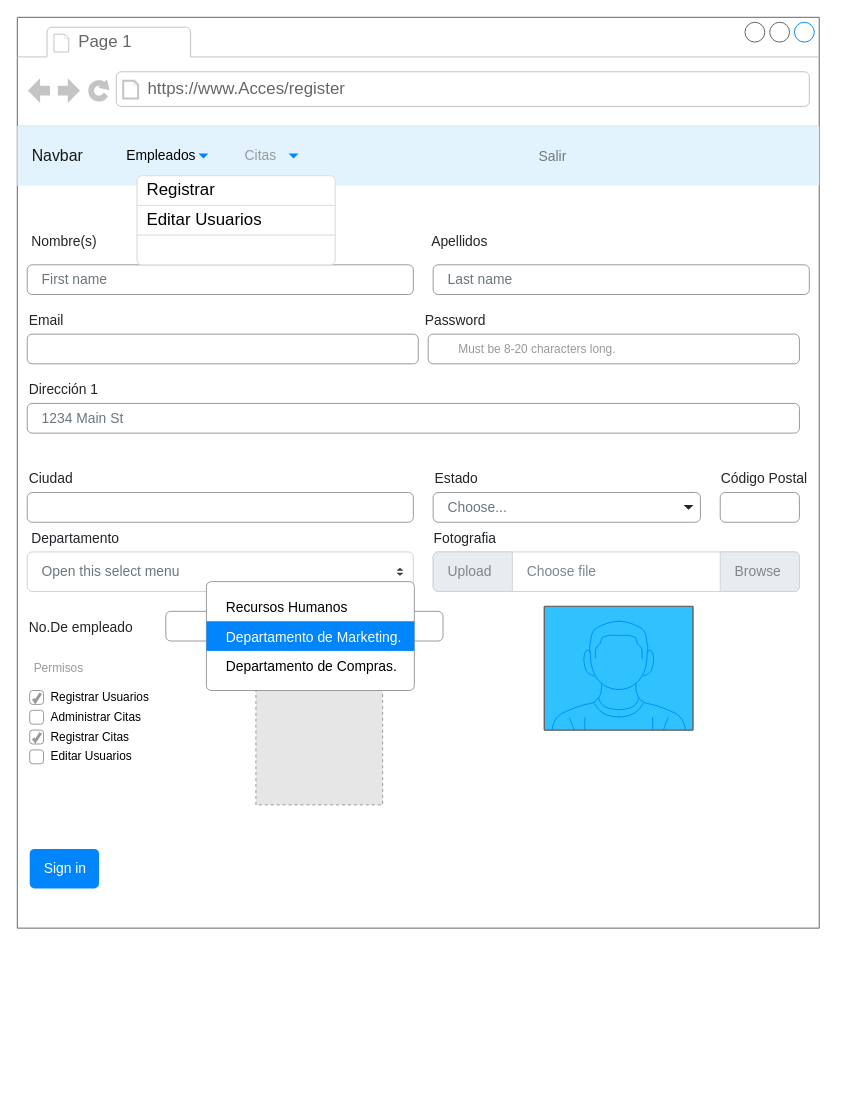
Above: page "Register" (3 of 9) of Untitled Diagram.drawio in GwenBZ/AccesoEmpresa (draw.io), before the change. Source tidied: cells renumbered, new cells numbered last; positions are measured from the earlier drawing's top-left corner, leaving out a move shared by most shapes. Both pictures are drawn from the tidied source at 99%, with x=0, y=0 at pixel (17, 17). Pictures stored in the file or linked from it are replaced by grey dashed boxes.
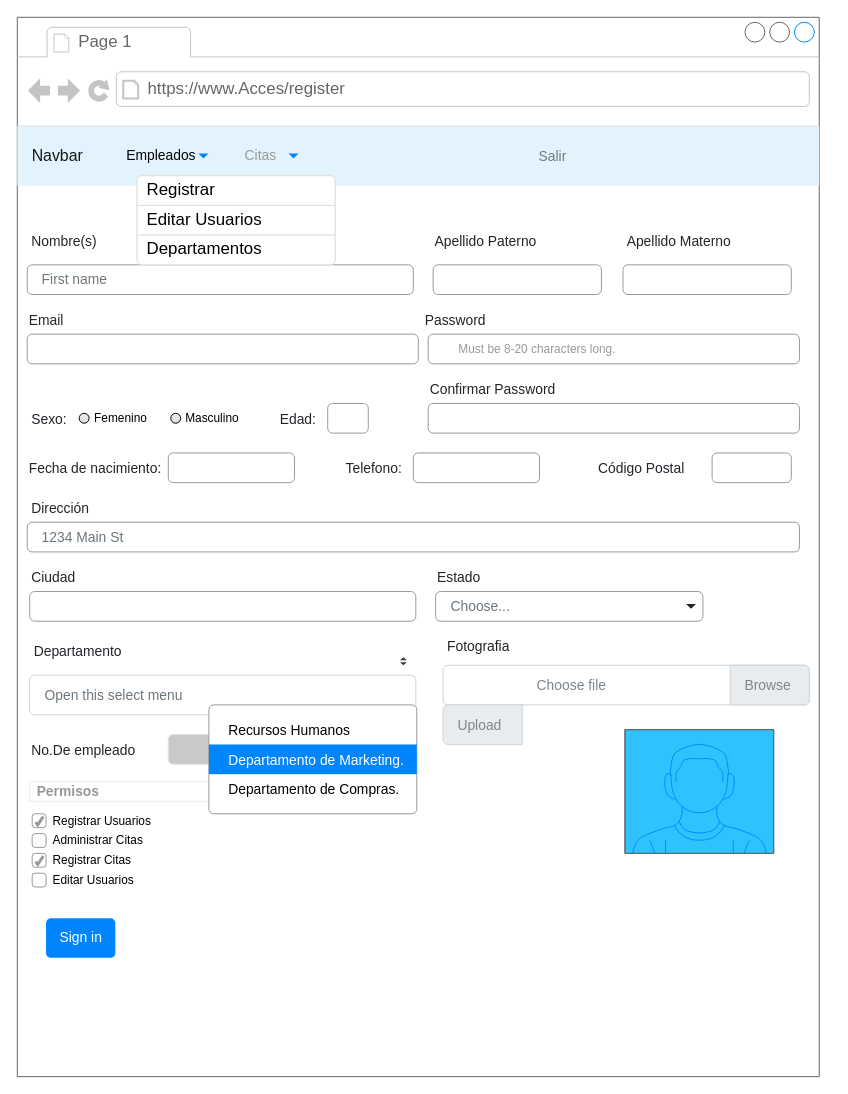
Above is the later version.

The change refers to these unchanged cells:
```xml
<mxCell id="51" style="html=1;shadow=0;dashed=0;shape=mxgraph.bootstrap.rrect;rSize=5;strokeColor=#DFDFDF;html=1;whiteSpace=wrap;fillColor=#FFFFFF;fontColor=#000000;fontSize=17;" parent="2" vertex="1">
  <mxGeometry x="121" y="160" width="200" height="90" as="geometry" />
</mxCell>
```

The edit, as a diff of the source:
```diff
@@
     <mxCell id="2" style="strokeWidth=1;shadow=0;dashed=0;align=center;html=1;shape=mxgraph.mockup.containers.browserWindow;rSize=0;strokeColor=#666666;strokeColor2=#008cff;strokeColor3=#c4c4c4;mainText=,;" parent="1" vertex="1">
-      <mxGeometry width="810" height="920" as="geometry" />
+      <mxGeometry width="810" height="1070" as="geometry" />
     </mxCell>
@@
-    <mxCell id="15" value="Dirección 1" style="fillColor=none;strokeColor=none;align=left;fontSize=14;fontColor=#212529;" parent="2" vertex="1">
-      <mxGeometry x="10" y="360" width="390" height="30" as="geometry" />
+    <mxCell id="15" value="Dirección" style="fillColor=none;strokeColor=none;align=left;fontSize=14;fontColor=#212529;" parent="2" vertex="1">
+      <mxGeometry x="12.5" y="480" width="130" height="30" as="geometry" />
     </mxCell>
     <mxCell id="16" value="1234 Main St" style="html=1;shadow=0;dashed=0;shape=mxgraph.bootstrap.rrect;rSize=5;fillColor=none;strokeColor=#999999;align=left;spacing=15;fontSize=14;fontColor=#6C767D;" parent="2" vertex="1">
-      <mxGeometry x="10" y="390" width="780" height="30" as="geometry" />
+      <mxGeometry x="10" y="510" width="780" height="30" as="geometry" />
     </mxCell>
     <mxCell id="17" value="Ciudad" style="fillColor=none;strokeColor=none;align=left;fontSize=14;fontColor=#212529;" parent="2" vertex="1">
-      <mxGeometry x="10" y="450" width="390" height="30" as="geometry" />
+      <mxGeometry x="12.5" y="550" width="390" height="30" as="geometry" />
     </mxCell>
     <mxCell id="18" style="html=1;shadow=0;dashed=0;shape=mxgraph.bootstrap.rrect;rSize=5;fillColor=none;strokeColor=#999999;align=left;spacing=15;fontSize=14;fontColor=#6C767D;" parent="2" vertex="1">
-      <mxGeometry x="10" y="480" width="390" height="30" as="geometry" />
+      <mxGeometry x="12.5" y="580" width="390" height="30" as="geometry" />
     </mxCell>
     <mxCell id="19" value="Estado" style="fillColor=none;strokeColor=none;align=left;fontSize=14;fontColor=#212529;" parent="2" vertex="1">
-      <mxGeometry x="420" y="450" width="220" height="30" as="geometry" />
+      <mxGeometry x="422.5" y="550" width="220" height="30" as="geometry" />
     </mxCell>
     <mxCell id="20" value="Choose..." style="html=1;shadow=0;dashed=0;shape=mxgraph.bootstrap.rrect;rSize=5;fillColor=none;strokeColor=#999999;align=left;spacing=15;fontSize=14;fontColor=#6C767D;" parent="2" vertex="1">
-      <mxGeometry x="420" y="480" width="270" height="30" as="geometry" />
+      <mxGeometry x="422.5" y="580" width="270" height="30" as="geometry" />
     </mxCell>
@@
     <mxCell id="22" value="Código Postal" style="fillColor=none;strokeColor=none;align=left;fontSize=14;fontColor=#212529;" parent="2" vertex="1">
-      <mxGeometry x="709" y="450" width="100" height="30" as="geometry" />
+      <mxGeometry x="585" y="440" width="100" height="30" as="geometry" />
     </mxCell>
     <mxCell id="23" style="html=1;shadow=0;dashed=0;shape=mxgraph.bootstrap.rrect;rSize=5;fillColor=none;strokeColor=#999999;align=left;spacing=15;fontSize=14;fontColor=#6C767D;" parent="2" vertex="1">
-      <mxGeometry x="710" y="480" width="80" height="30" as="geometry" />
+      <mxGeometry x="701.8" y="440" width="80" height="30" as="geometry" />
     </mxCell>
     <mxCell id="24" value="Sign in" style="html=1;shadow=0;dashed=0;shape=mxgraph.bootstrap.rrect;rSize=5;fillColor=#0085FC;strokeColor=none;align=center;fontSize=14;fontColor=#FFFFFF;" parent="2" vertex="1">
-      <mxGeometry x="12.5" y="840" width="70" height="40" as="geometry" />
+      <mxGeometry x="29" y="910" width="70" height="40" as="geometry" />
     </mxCell>
@@
-    <mxCell id="26" value="Last name" style="html=1;shadow=0;dashed=0;shape=mxgraph.bootstrap.rrect;rSize=5;fillColor=none;strokeColor=#999999;align=left;spacing=15;fontSize=14;fontColor=#6C767D;" parent="2" vertex="1">
-      <mxGeometry x="420" y="250" width="380" height="30" as="geometry" />
+    <mxCell id="26" style="html=1;shadow=0;dashed=0;shape=mxgraph.bootstrap.rrect;rSize=5;fillColor=none;strokeColor=#999999;align=left;spacing=15;fontSize=14;fontColor=#6C767D;" parent="2" vertex="1">
+      <mxGeometry x="420" y="250" width="170" height="30" as="geometry" />
     </mxCell>
@@
     <mxCell id="28" value="Open this select menu" style="html=1;shadow=0;dashed=0;shape=mxgraph.bootstrap.rrect;rSize=5;fillColor=#ffffff;strokeColor=#CED4DA;align=left;spacing=15;fontSize=14;fontColor=#6C767D;" parent="2" vertex="1">
-      <mxGeometry x="10" y="540" width="390" height="40" as="geometry" />
+      <mxGeometry x="12.5" y="664.5" width="390" height="40" as="geometry" />
     </mxCell>
     <mxCell id="29" style="shape=triangle;direction=south;fillColor=#343A40;strokeColor=none;perimeter=none;" parent="28" vertex="1">
       <mxGeometry x="1" y="0.5" width="7" height="3" relative="1" as="geometry">
-        <mxPoint x="-17" y="1" as="offset" />
+        <mxPoint x="-16" y="-33" as="offset" />
       </mxGeometry>
     </mxCell>
     <mxCell id="30" style="shape=triangle;direction=north;fillColor=#343A40;strokeColor=none;perimeter=none;" parent="28" vertex="1">
       <mxGeometry x="1" y="0.5" width="7" height="3" relative="1" as="geometry">
-        <mxPoint x="-17" y="-4" as="offset" />
+        <mxPoint x="-16" y="-38" as="offset" />
       </mxGeometry>
     </mxCell>
     <mxCell id="31" value="Departamento" style="fillColor=none;strokeColor=none;align=left;fontSize=14;fontColor=#212529;" parent="2" vertex="1">
-      <mxGeometry x="12.5" y="510" width="390" height="30" as="geometry" />
+      <mxGeometry x="15" y="624.5" width="390" height="30" as="geometry" />
     </mxCell>
     <mxCell id="32" value="Choose file" style="html=1;shadow=0;dashed=0;shape=mxgraph.bootstrap.rrect;rSize=5;strokeColor=#CED4DA;html=1;whiteSpace=wrap;fillColor=#FFFFFF;fontColor=#7D868C;align=left;spacing=15;spacingLeft=80;fontSize=14;" parent="2" vertex="1">
-      <mxGeometry x="420" y="540" width="370" height="40" as="geometry" />
+      <mxGeometry x="430" y="654.5" width="370" height="40" as="geometry" />
     </mxCell>
     <mxCell id="33" value="Upload" style="html=1;shadow=0;dashed=0;shape=mxgraph.bootstrap.leftButton;strokeColor=#CED4DA;gradientColor=inherit;fontColor=inherit;fillColor=#E9ECEF;rSize=5;perimeter=none;whiteSpace=wrap;fontSize=14;align=left;spacing=15;" parent="32" vertex="1">
-      <mxGeometry width="80" height="40" relative="1" as="geometry" />
+      <mxGeometry width="80" height="40" relative="1" as="geometry">
+        <mxPoint y="40" as="offset" />
+      </mxGeometry>
     </mxCell>
@@
     <mxCell id="35" style="verticalLabelPosition=bottom;shadow=0;dashed=0;align=center;html=1;verticalAlign=top;strokeWidth=1;shape=mxgraph.mockup.containers.userMale;strokeColor=#666666;strokeColor2=#008cff;fillColor=#30C1FF;" parent="2" vertex="1">
-      <mxGeometry x="532.5" y="595" width="150" height="125" as="geometry" />
+      <mxGeometry x="614" y="719.5" width="150" height="125" as="geometry" />
     </mxCell>
     <mxCell id="36" value="Fotografia" style="fillColor=none;strokeColor=none;align=left;fontSize=14;fontColor=#212529;" parent="2" vertex="1">
-      <mxGeometry x="419" y="510" width="390" height="30" as="geometry" />
+      <mxGeometry x="432.5" y="620" width="390" height="30" as="geometry" />
     </mxCell>
     <mxCell id="37" value="No.De empleado" style="fillColor=none;strokeColor=none;align=left;fontSize=14;fontColor=#212529;" parent="2" vertex="1">
-      <mxGeometry x="10" y="600" width="200" height="30" as="geometry" />
+      <mxGeometry x="12.5" y="724.5" width="200" height="30" as="geometry" />
     </mxCell>
-    <mxCell id="38" style="html=1;shadow=0;dashed=0;shape=mxgraph.bootstrap.rrect;rSize=5;fillColor=none;strokeColor=#999999;align=left;spacing=15;fontSize=14;fontColor=#6C767D;" parent="2" vertex="1">
-      <mxGeometry x="150" y="600" width="280" height="30" as="geometry" />
+    <mxCell id="38" style="html=1;shadow=0;dashed=0;shape=mxgraph.bootstrap.rrect;rSize=5;fillColor=#C9C9C9;strokeColor=#E0E0E0;align=left;spacing=15;fontSize=14;fontColor=#6C767D;" parent="2" vertex="1">
+      <mxGeometry x="152.5" y="724.5" width="247.5" height="30" as="geometry" />
     </mxCell>
-    <mxCell id="39" value="Permisos" style="html=1;shadow=0;dashed=0;shape=mxgraph.bootstrap.rect;strokeColor=none;fillColor=none;fontColor=#999999;align=left;spacingLeft=5;whiteSpace=wrap;rounded=0;" parent="2" vertex="1">
-      <mxGeometry x="10" y="647.5" width="200" height="20" as="geometry" />
+    <mxCell id="39" value="&lt;font style=&quot;font-size: 14px;&quot;&gt;&lt;b&gt;Permisos&lt;/b&gt;&lt;/font&gt;" style="html=1;shadow=0;dashed=0;shape=mxgraph.bootstrap.rect;strokeColor=#EBEBEB;fillColor=none;fontColor=#999999;align=left;spacingLeft=5;whiteSpace=wrap;rounded=0;" parent="2" vertex="1">
+      <mxGeometry x="12.5" y="772" width="200" height="20" as="geometry" />
     </mxCell>
     <mxCell id="40" value="Registrar Usuarios" style="html=1;shadow=0;dashed=0;shape=mxgraph.bootstrap.checkbox;fontSize=12;strokeColor=#999999;align=left;labelPosition=right;spacingLeft=5;rounded=0;" parent="2" vertex="1">
-      <mxGeometry x="12.5" y="680" width="14" height="14" as="geometry" />
+      <mxGeometry x="15" y="804.5" width="14" height="14" as="geometry" />
     </mxCell>
     <mxCell id="41" value="Administrar Citas " style="html=1;shadow=0;dashed=0;shape=mxgraph.bootstrap.rrect;fontSize=12;rSize=3;strokeColor=#999999;align=left;labelPosition=right;spacingLeft=5;rounded=0;" parent="2" vertex="1">
-      <mxGeometry x="12.5" y="700" width="14" height="14" as="geometry" />
+      <mxGeometry x="15" y="824.5" width="14" height="14" as="geometry" />
     </mxCell>
     <mxCell id="42" value="Registrar Citas" style="html=1;shadow=0;dashed=0;shape=mxgraph.bootstrap.checkbox;fontSize=12;strokeColor=#999999;align=left;labelPosition=right;spacingLeft=5;rounded=0;" parent="2" vertex="1">
-      <mxGeometry x="12.5" y="720" width="14" height="14" as="geometry" />
+      <mxGeometry x="15" y="844.5" width="14" height="14" as="geometry" />
     </mxCell>
     <mxCell id="43" value="Editar Usuarios" style="html=1;shadow=0;dashed=0;shape=mxgraph.bootstrap.rrect;fontSize=12;rSize=3;strokeColor=#999999;align=left;labelPosition=right;spacingLeft=5;rounded=0;" parent="2" vertex="1">
-      <mxGeometry x="12.5" y="740" width="14" height="14" as="geometry" />
+      <mxGeometry x="15" y="864.5" width="14" height="14" as="geometry" />
     </mxCell>
-    <mxCell id="44" style="fillColor=#E6E6E6;strokeColor=#999999;dashed=1;html=1;verticalAlign=top;verticalLabelPosition=bottom;labelBackgroundColor=#ffffff;fontSize=10;fontColor=#000000;" parent="2" vertex="1">
-      <mxGeometry x="241" y="667.5" width="128" height="128" as="geometry" />
-    </mxCell>
@@
-    <mxCell id="46" value="Apellidos" style="fillColor=none;strokeColor=none;align=left;fontSize=14;fontColor=#212529;" parent="2" vertex="1">
-      <mxGeometry x="416.5" y="210" width="197.5" height="30" as="geometry" />
+    <mxCell id="46" value="Apellido Paterno" style="fillColor=none;strokeColor=none;align=left;fontSize=14;fontColor=#212529;" parent="2" vertex="1">
+      <mxGeometry x="420" y="210" width="113.5" height="30" as="geometry" />
     </mxCell>
     <mxCell id="47" style="html=1;shadow=0;dashed=0;shape=mxgraph.bootstrap.rrect;rSize=5;fillColor=#ffffff;strokeColor=#999999;" parent="2" vertex="1">
-      <mxGeometry x="191" y="570" width="210" height="110" as="geometry" />
+      <mxGeometry x="193.5" y="694.5" width="210" height="110" as="geometry" />
     </mxCell>
@@
-    <mxCell id="54" style="strokeColor=inherit;fillColor=inherit;gradientColor=inherit;fontColor=inherit;html=1;shadow=0;dashed=0;shape=mxgraph.bootstrap.bottomButton;rSize=5;perimeter=none;whiteSpace=wrap;align=left;spacing=10;fontSize=17;" parent="51" vertex="1">
+    <mxCell id="54" value="Departamentos" style="strokeColor=inherit;fillColor=inherit;gradientColor=inherit;fontColor=inherit;html=1;shadow=0;dashed=0;shape=mxgraph.bootstrap.bottomButton;rSize=5;perimeter=none;whiteSpace=wrap;align=left;spacing=10;fontSize=17;" parent="51" vertex="1">
       <mxGeometry y="1" width="200" height="30" relative="1" as="geometry">
         <mxPoint y="-30" as="offset" />
       </mxGeometry>
     </mxCell>
+    <mxCell id="55" value="Apellido Materno" style="fillColor=none;strokeColor=none;align=left;fontSize=14;fontColor=#212529;" parent="2" vertex="1">
+      <mxGeometry x="614" y="210" width="113.5" height="30" as="geometry" />
+    </mxCell>
+    <mxCell id="56" style="html=1;shadow=0;dashed=0;shape=mxgraph.bootstrap.rrect;rSize=5;fillColor=none;strokeColor=#999999;align=left;spacing=15;fontSize=14;fontColor=#6C767D;" parent="2" vertex="1">
+      <mxGeometry x="611.8" y="250" width="170" height="30" as="geometry" />
+    </mxCell>
+    <mxCell id="57" value="Confirmar Password" style="fillColor=none;strokeColor=none;align=left;fontSize=14;fontColor=#212529;" parent="2" vertex="1">
+      <mxGeometry x="415" y="360" width="390" height="30" as="geometry" />
+    </mxCell>
+    <mxCell id="58" style="html=1;shadow=0;dashed=0;shape=mxgraph.bootstrap.rrect;rSize=5;fillColor=none;strokeColor=#999999;align=left;spacing=15;fontSize=14;fontColor=#6C767D;" parent="2" vertex="1">
+      <mxGeometry x="415" y="390" width="375" height="30" as="geometry" />
+    </mxCell>
+    <mxCell id="59" value="Masculino" style="html=1;shadow=0;dashed=0;shape=mxgraph.bootstrap.radioButton2;labelPosition=right;verticalLabelPosition=middle;align=left;verticalAlign=middle;gradientColor=#DEDEDE;fillColor=#EDEDED;checked=0;spacing=5;checkedFill=#0085FC;checkedStroke=#ffffff;sketch=0;" parent="2" vertex="1">
+      <mxGeometry x="155" y="400" width="10" height="10" as="geometry" />
+    </mxCell>
+    <mxCell id="60" value="Sexo:" style="fillColor=none;strokeColor=none;align=left;fontSize=14;fontColor=#212529;" parent="2" vertex="1">
+      <mxGeometry x="12.5" y="390" width="50" height="30" as="geometry" />
+    </mxCell>
+    <mxCell id="61" value="Femenino" style="html=1;shadow=0;dashed=0;shape=mxgraph.bootstrap.radioButton2;labelPosition=right;verticalLabelPosition=middle;align=left;verticalAlign=middle;gradientColor=#DEDEDE;fillColor=#EDEDED;checked=0;spacing=5;checkedFill=#0085FC;checkedStroke=#ffffff;sketch=0;" parent="2" vertex="1">
+      <mxGeometry x="62.5" y="400" width="10" height="10" as="geometry" />
+    </mxCell>
+    <mxCell id="62" value="Edad: " style="fillColor=none;strokeColor=none;align=left;fontSize=14;fontColor=#212529;" parent="2" vertex="1">
+      <mxGeometry x="263.5" y="390" width="50" height="30" as="geometry" />
+    </mxCell>
+    <mxCell id="63" style="html=1;shadow=0;dashed=0;shape=mxgraph.bootstrap.rrect;rSize=5;fillColor=none;strokeColor=#999999;align=left;spacing=15;fontSize=14;fontColor=#6C767D;" parent="2" vertex="1">
+      <mxGeometry x="313.5" y="390" width="41" height="30" as="geometry" />
+    </mxCell>
+    <mxCell id="64" value="Fecha de nacimiento: " style="fillColor=none;strokeColor=none;align=left;fontSize=14;fontColor=#212529;" parent="2" vertex="1">
+      <mxGeometry x="10" y="440" width="50" height="30" as="geometry" />
+    </mxCell>
+    <mxCell id="65" style="html=1;shadow=0;dashed=0;shape=mxgraph.bootstrap.rrect;rSize=5;fillColor=none;strokeColor=#999999;align=left;spacing=15;fontSize=14;fontColor=#6C767D;" parent="2" vertex="1">
+      <mxGeometry x="152.5" y="440" width="127.5" height="30" as="geometry" />
+    </mxCell>
+    <mxCell id="66" value="Telefono:" style="fillColor=none;strokeColor=none;align=left;fontSize=14;fontColor=#212529;" parent="2" vertex="1">
+      <mxGeometry x="330" y="440" width="50" height="30" as="geometry" />
+    </mxCell>
+    <mxCell id="67" style="html=1;shadow=0;dashed=0;shape=mxgraph.bootstrap.rrect;rSize=5;fillColor=none;strokeColor=#999999;align=left;spacing=15;fontSize=14;fontColor=#6C767D;" parent="2" vertex="1">
+      <mxGeometry x="400" y="440" width="127.5" height="30" as="geometry" />
+    </mxCell>
```
